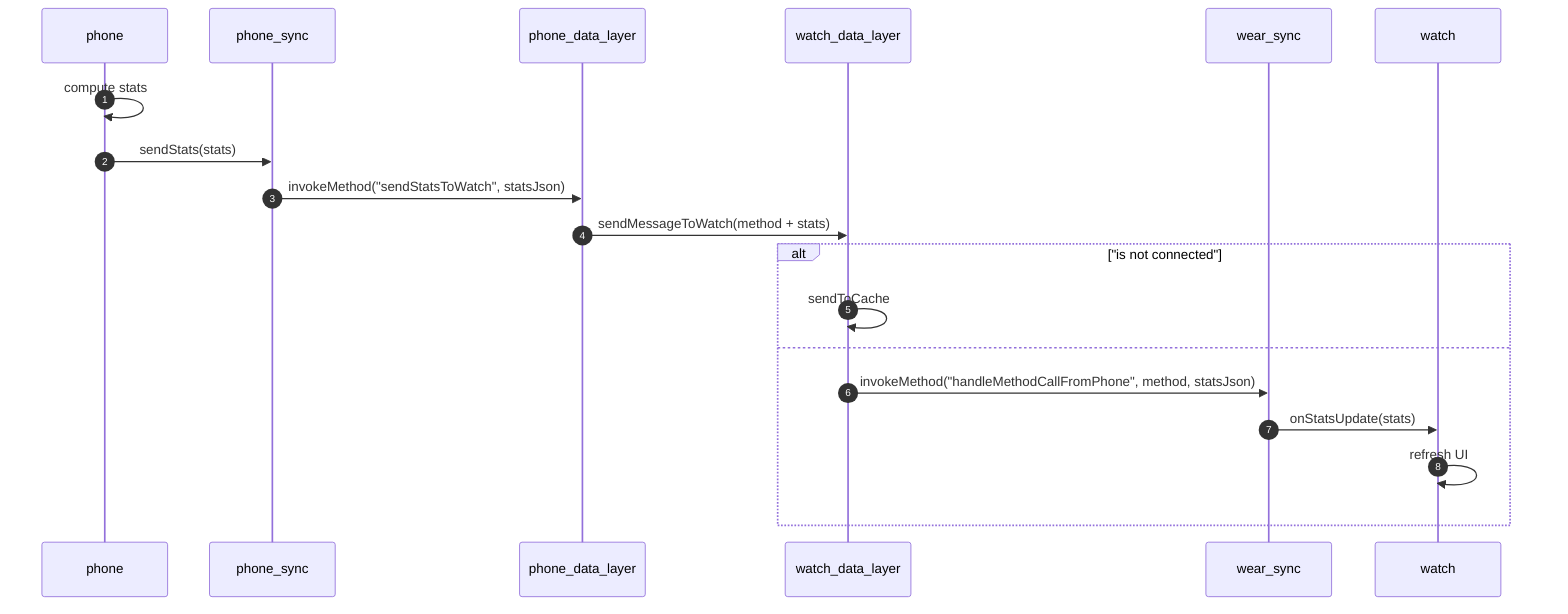
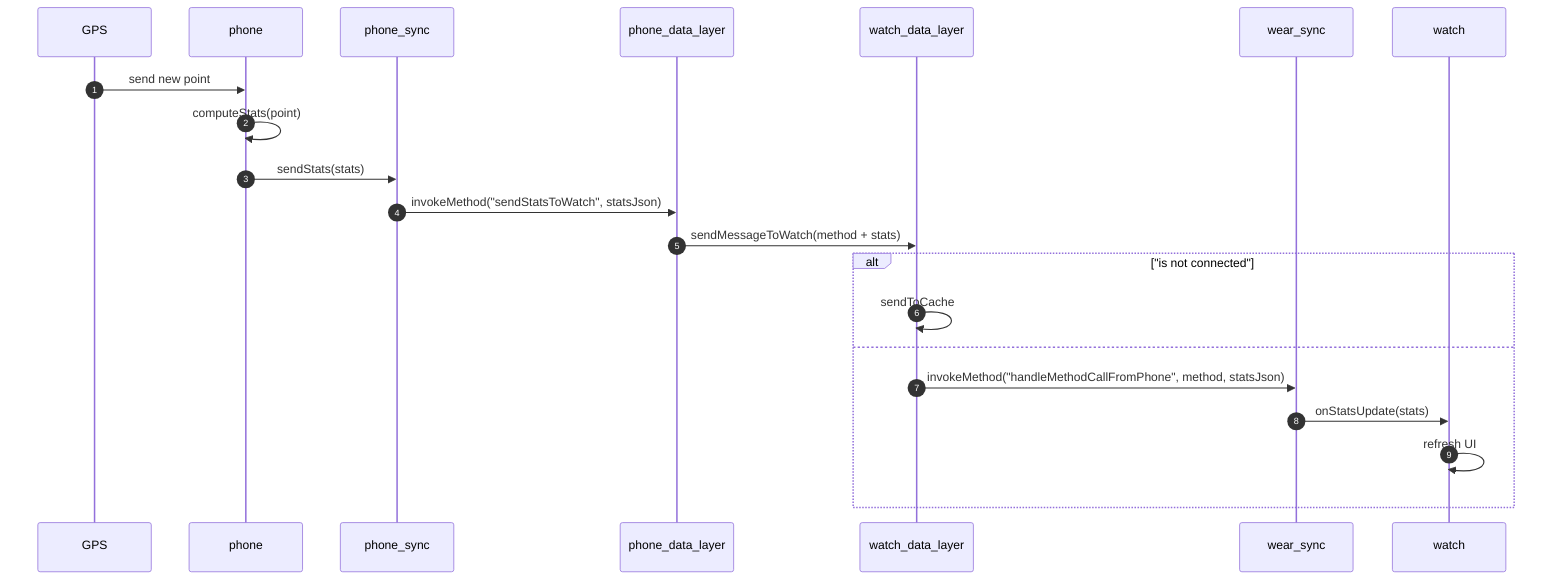
sequenceDiagram
    autonumber
+     participant GPS
    participant phone
    participant ps as phone_sync
    participant pdl as phone_data_layer
    participant wdl as watch_data_layer
    participant ws as wear_sync
    participant watch

-     phone ->> phone: compute stats
+     GPS ->> phone: send new point
+     phone ->> phone: computeStats(point)
    phone ->> ps: sendStats(stats)
    ps ->> pdl: invokeMethod("sendStatsToWatch", statsJson)
    pdl ->> wdl: sendMessageToWatch(method + stats)
    alt "is not connected"
        wdl ->> wdl: sendToCache
    else
        wdl ->> ws: invokeMethod("handleMethodCallFromPhone", method, statsJson)
        ws ->> watch: onStatsUpdate(stats)
        watch ->> watch: refresh UI
    end
